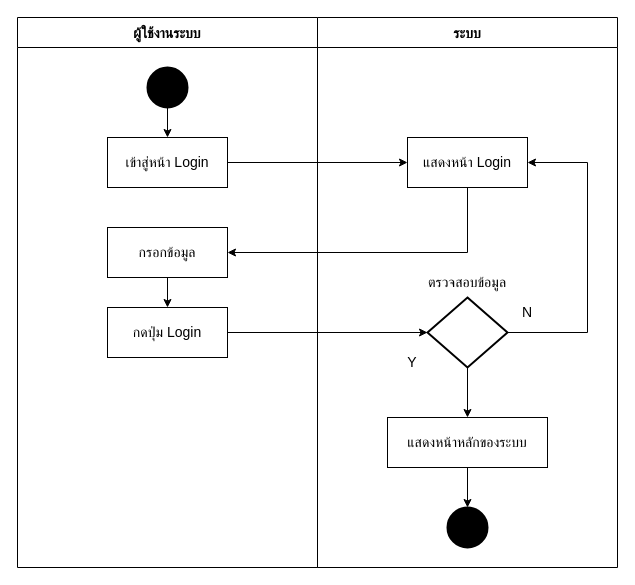
64160106/projectfinal keeps this draw.io diagram as page "AVD_Register" (12 of 19) of Untitled Diagram.drawio. Above is the earlier version. Source tidied: cells renumbered, new cells numbered last; positions are measured from the earlier drawing's top-left corner, leaving out a move shared by most shapes. Both pictures are drawn from the tidied source at 100%, with x=0, y=0 at pixel (17, 17).
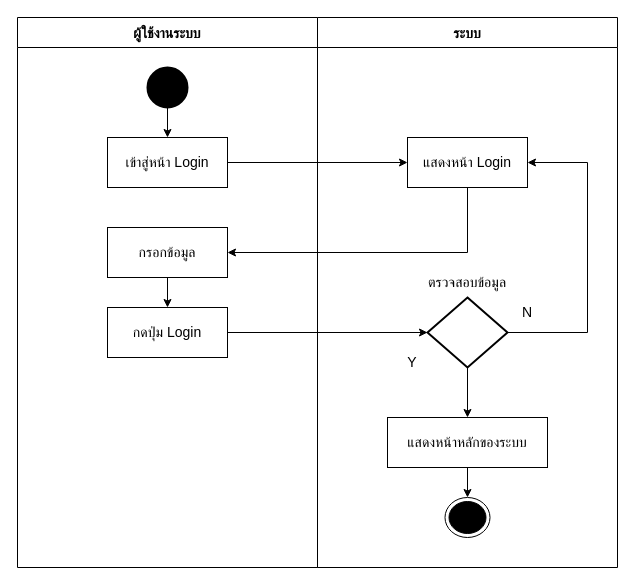
Above is the later version.

Unchanged cells that the change refers to:
```xml
<mxCell id="9" value="ระบบ" style="swimlane;startSize=30;fontSize=14;" parent="1" vertex="1">
  <mxGeometry x="300" width="300" height="550" as="geometry" />
</mxCell>
<mxCell id="17" value="&lt;span style=&quot;font-size: 14px;&quot;&gt;แสดงหน้าหลักของระบบ&lt;/span&gt;" style="rounded=0;whiteSpace=wrap;html=1;" parent="9" vertex="1">
  <mxGeometry x="70" y="400" width="160" height="50" as="geometry" />
</mxCell>
```

Change to the diagram source:
```diff
@@
+    <mxCell id="23" style="edgeStyle=orthogonalEdgeStyle;rounded=0;jettySize=auto;html=1;exitX=0.5;exitY=1;exitDx=0;exitDy=0;" parent="9" edge="1" source="17" target="24">
+      <mxGeometry relative="1" as="geometry" />
+    </mxCell>
@@
-    <mxCell id="18" style="strokeWidth=2;html=1;shape=mxgraph.flowchart.start_2;whiteSpace=wrap;fillColor=#000000;" parent="9" vertex="1">
-      <mxGeometry x="130" y="490" width="40" height="40" as="geometry" />
-    </mxCell>
-    <mxCell id="19" style="edgeStyle=orthogonalEdgeStyle;rounded=0;jettySize=auto;html=1;exitX=0.5;exitY=1;exitDx=0;exitDy=0;entryX=0.5;entryY=0;entryDx=0;entryDy=0;entryPerimeter=0;" parent="9" edge="1" source="17" target="18">
-      <mxGeometry relative="1" as="geometry" />
-    </mxCell>
+    <mxCell id="24" style="ellipse;html=1;shape=endState;fillColor=#000000;strokeColor=#000000;" parent="9" vertex="1">
+      <mxGeometry x="127.5" y="480" width="45" height="40" as="geometry" />
+    </mxCell>
```
